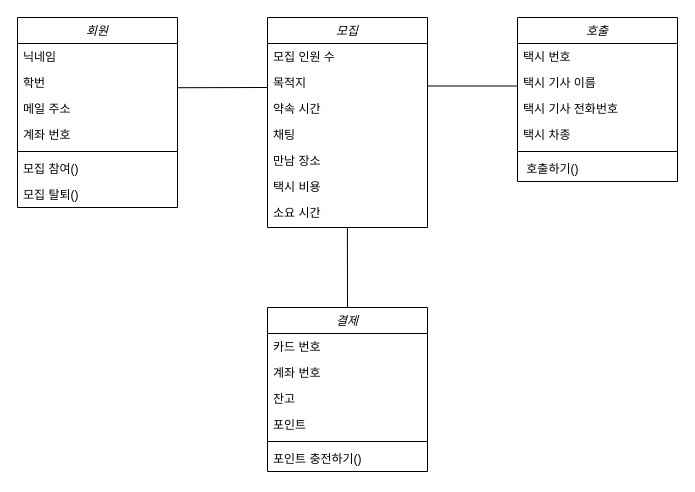
The draw.io diagram 제목 없는 다이어그램.drawio in 0abcde0/Git-Tutorial, before the edit. Source tidied: cells renumbered, new cells numbered last; positions are measured from the earlier drawing's top-left corner, leaving out a move shared by most shapes. Both pictures are drawn from the tidied source at 100%, with x=0, y=0 at pixel (17, 17).
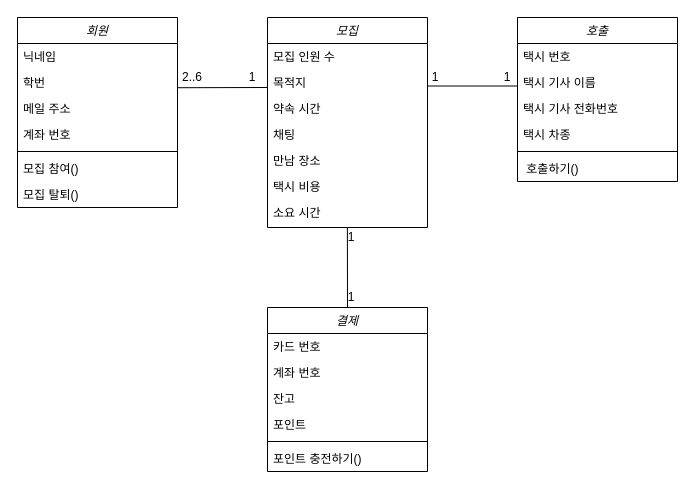
The same diagram, later.

Commit message:
제목 없는 다이어그램.drawio 업데이트

Change to the diagram source:
```diff
@@
+    <mxCell id="35" value="2..6" style="text;html=1;strokeColor=none;fillColor=none;align=center;verticalAlign=middle;whiteSpace=wrap;rounded=0;" parent="1" vertex="1">
+      <mxGeometry x="160" y="50" width="30" height="20" as="geometry" />
+    </mxCell>
+    <mxCell id="36" value="1" style="text;html=1;strokeColor=none;fillColor=none;align=center;verticalAlign=middle;whiteSpace=wrap;rounded=0;" parent="1" vertex="1">
+      <mxGeometry x="220" y="50" width="30" height="20" as="geometry" />
+    </mxCell>
+    <mxCell id="37" value="1" style="text;html=1;strokeColor=none;fillColor=none;align=center;verticalAlign=middle;whiteSpace=wrap;rounded=0;" parent="1" vertex="1">
+      <mxGeometry x="408" y="50" width="20" height="20" as="geometry" />
+    </mxCell>
+    <mxCell id="38" value="1" style="text;html=1;strokeColor=none;fillColor=none;align=center;verticalAlign=middle;whiteSpace=wrap;rounded=0;" parent="1" vertex="1">
+      <mxGeometry x="480" y="50" width="20" height="20" as="geometry" />
+    </mxCell>
+    <mxCell id="39" value="1" style="text;html=1;strokeColor=none;fillColor=none;align=center;verticalAlign=middle;whiteSpace=wrap;rounded=0;" parent="1" vertex="1">
+      <mxGeometry x="324" y="210" width="20" height="20" as="geometry" />
+    </mxCell>
+    <mxCell id="40" value="1" style="text;html=1;strokeColor=none;fillColor=none;align=center;verticalAlign=middle;whiteSpace=wrap;rounded=0;" parent="1" vertex="1">
+      <mxGeometry x="324" y="270" width="20" height="20" as="geometry" />
+    </mxCell>
```
